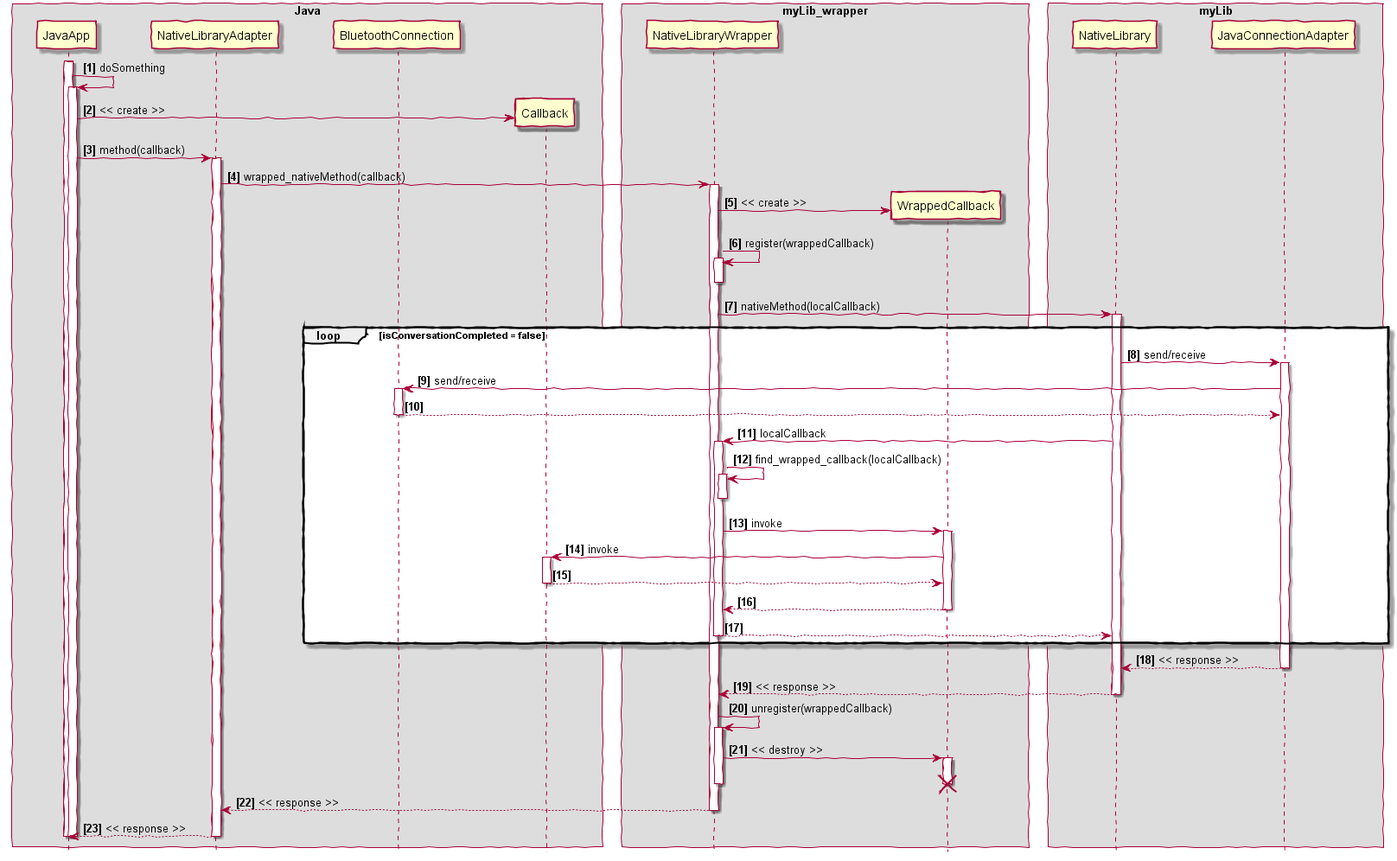
Above: cpp/img/bluetooth-cpp-android/invoke-callback-sequence-diagram.png in gzuliani/gzuliani.github.io (PlantUML), before the change.
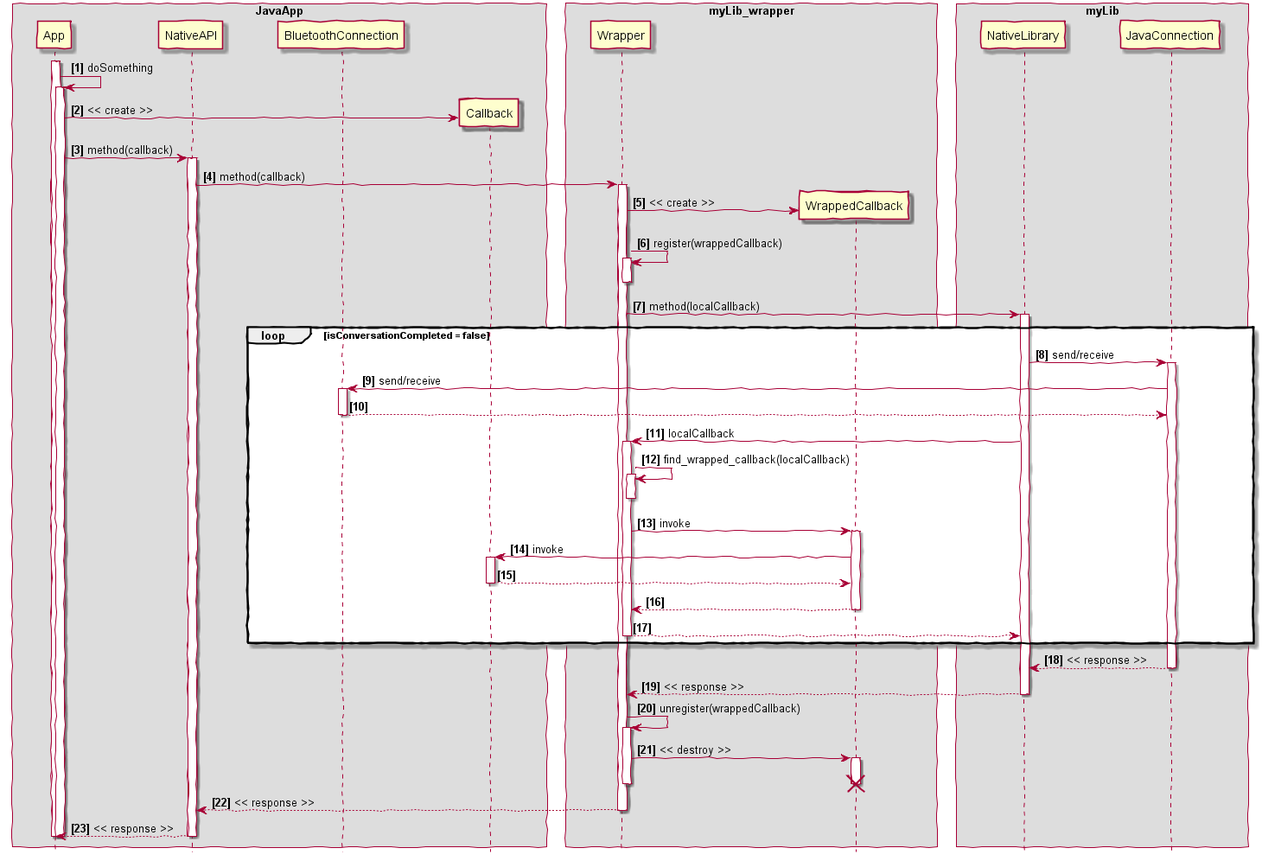
Above is the later version.

The edit, as a diff of the source:
```diff
@@ -8,65 +8,65 @@
 skinparam BoxPadding 10
 skinparam ParticipantPadding 25
 
-box "Java"
-participant JavaApp
-participant NativeLibraryAdapter
+box "JavaApp"
+participant App
+participant NativeAPI
 participant BluetoothConnection
 participant Callback
 end box
 
 box "myLib_wrapper"
-participant NativeLibraryWrapper
+participant Wrapper
 participant WrappedCallback
 end box
 
 box "myLib"
 participant NativeLibrary
-participant JavaConnectionAdapter
+participant JavaConnection
 end box
 
-activate JavaApp
+activate App
 
-JavaApp -> JavaApp: doSomething
-activate JavaApp
+App -> App: doSomething
+activate App
 
 create Callback
-JavaApp -> Callback: << create >>
+App -> Callback: << create >>
 
-JavaApp -> NativeLibraryAdapter: method(callback)
-activate NativeLibraryAdapter
+App -> NativeAPI: method(callback)
+activate NativeAPI
 
-NativeLibraryAdapter -> NativeLibraryWrapper: wrapped_nativeMethod(callback)
-activate NativeLibraryWrapper
+NativeAPI -> Wrapper: method(callback)
+activate Wrapper
 
 create WrappedCallback
-NativeLibraryWrapper -> WrappedCallback: << create >>
+Wrapper -> WrappedCallback: << create >>
 
-NativeLibraryWrapper -> NativeLibraryWrapper: register(wrappedCallback)
-activate NativeLibraryWrapper
-deactivate NativeLibraryWrapper
+Wrapper -> Wrapper: register(wrappedCallback)
+activate Wrapper
+deactivate Wrapper
 
-NativeLibraryWrapper -> NativeLibrary: nativeMethod(localCallback)
+Wrapper -> NativeLibrary: method(localCallback)
 activate NativeLibrary
 
 loop isConversationCompleted = false
-NativeLibrary -> JavaConnectionAdapter: send/receive
-activate JavaConnectionAdapter
+NativeLibrary -> JavaConnection: send/receive
+activate JavaConnection
 
-JavaConnectionAdapter -> BluetoothConnection: send/receive
+JavaConnection -> BluetoothConnection: send/receive
 activate BluetoothConnection
 
-BluetoothConnection --> JavaConnectionAdapter
+BluetoothConnection --> JavaConnection
 deactivate BluetoothConnection
 
-NativeLibrary -> NativeLibraryWrapper: localCallback
-activate NativeLibraryWrapper
+NativeLibrary -> Wrapper: localCallback
+activate Wrapper
 
-NativeLibraryWrapper -> NativeLibraryWrapper: find_wrapped_callback(localCallback)
-activate NativeLibraryWrapper
-deactivate NativeLibraryWrapper
+Wrapper -> Wrapper: find_wrapped_callback(localCallback)
+activate Wrapper
+deactivate Wrapper
 
-NativeLibraryWrapper -> WrappedCallback: invoke
+Wrapper -> WrappedCallback: invoke
 activate WrappedCallback
 
 WrappedCallback -> Callback: invoke
@@ -75,34 +75,34 @@
 Callback --> WrappedCallback
 deactivate Callback
 
-WrappedCallback --> NativeLibraryWrapper
+WrappedCallback --> Wrapper
 deactivate WrappedCallback
 
-NativeLibraryWrapper --> NativeLibrary
-deactivate NativeLibraryWrapper
+Wrapper --> NativeLibrary
+deactivate Wrapper
 end
 
-JavaConnectionAdapter --> NativeLibrary: << response >>
-deactivate JavaConnectionAdapter
+JavaConnection --> NativeLibrary: << response >>
+deactivate JavaConnection
 
-NativeLibrary --> NativeLibraryWrapper: << response >>
+NativeLibrary --> Wrapper: << response >>
 deactivate NativeLibrary
 
-NativeLibraryWrapper -> NativeLibraryWrapper: unregister(wrappedCallback)
-activate NativeLibraryWrapper
-NativeLibraryWrapper -> WrappedCallback: << destroy >>
+Wrapper -> Wrapper: unregister(wrappedCallback)
+activate Wrapper
+Wrapper -> WrappedCallback: << destroy >>
 activate WrappedCallback
 deactivate WrappedCallback
 destroy WrappedCallback
-deactivate NativeLibraryWrapper
+deactivate Wrapper
 
-NativeLibraryWrapper --> NativeLibraryAdapter: << response >>
-deactivate NativeLibraryWrapper
+Wrapper --> NativeAPI: << response >>
+deactivate Wrapper
 
-NativeLibraryAdapter --> JavaApp: << response >>
-deactivate NativeLibraryAdapter
-deactivate JavaApp
+NativeAPI --> App: << response >>
+deactivate NativeAPI
+deactivate App
 
-deactivate JavaApp
+deactivate App
 
 @enduml
```
